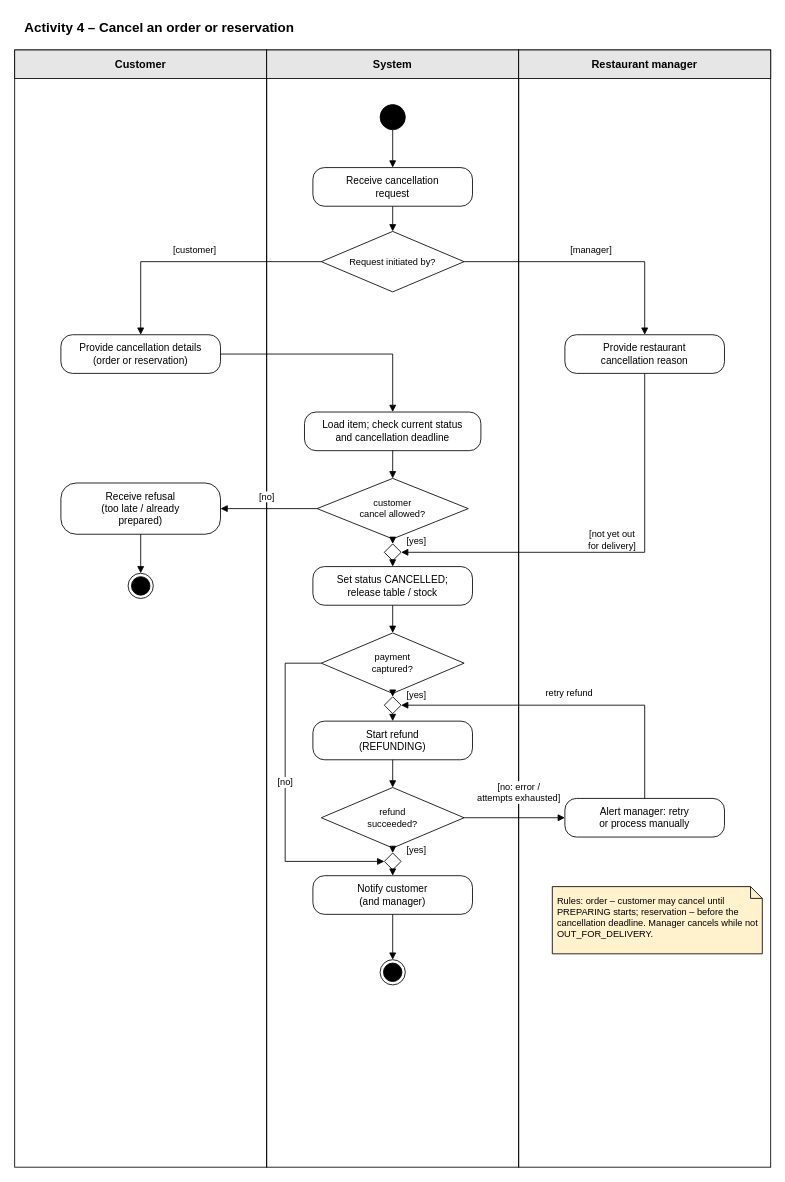
Before: Activity Diagrams/Activity_4_Cancel_order_or_reservation.drawio in Lukap42/SWE1_Project, a draw.io diagram. Source tidied: cells renumbered, new cells numbered last; positions are measured from the earlier drawing's top-left corner, leaving out a move shared by most shapes. Both pictures are drawn from the tidied source at 84%, with x=0, y=0 at pixel (14, 14).
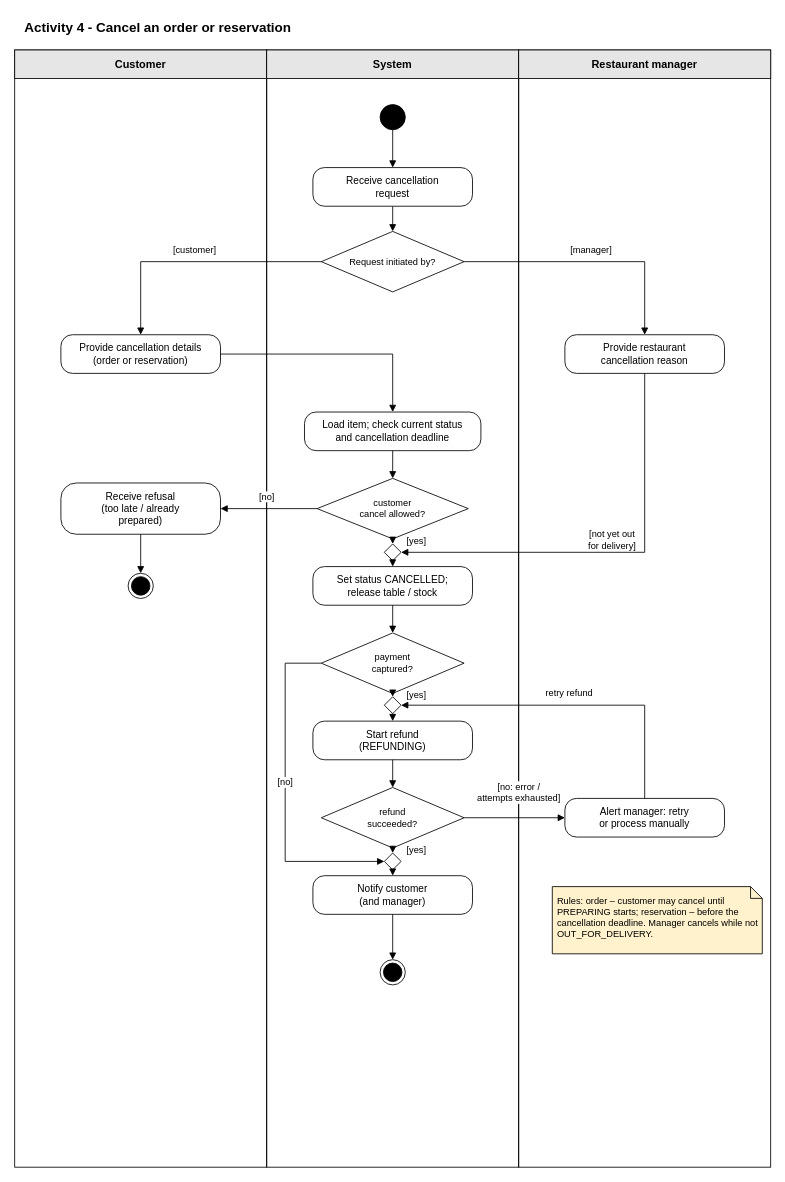
The same page after the edit.

What changed in the source:
```diff
@@
-    <mxCell id="2" value="Activity 4 – Cancel an order or reservation" style="text;html=1;align=left;verticalAlign=middle;fontSize=16;fontStyle=1;" parent="1" vertex="1">
+    <mxCell id="2" value="Activity 4 - Cancel an order or reservation" style="text;html=1;align=left;verticalAlign=middle;fontSize=16;fontStyle=1;" parent="1" vertex="1">
       <mxGeometry x="10" width="700" height="30" as="geometry" />
     </mxCell>
```
